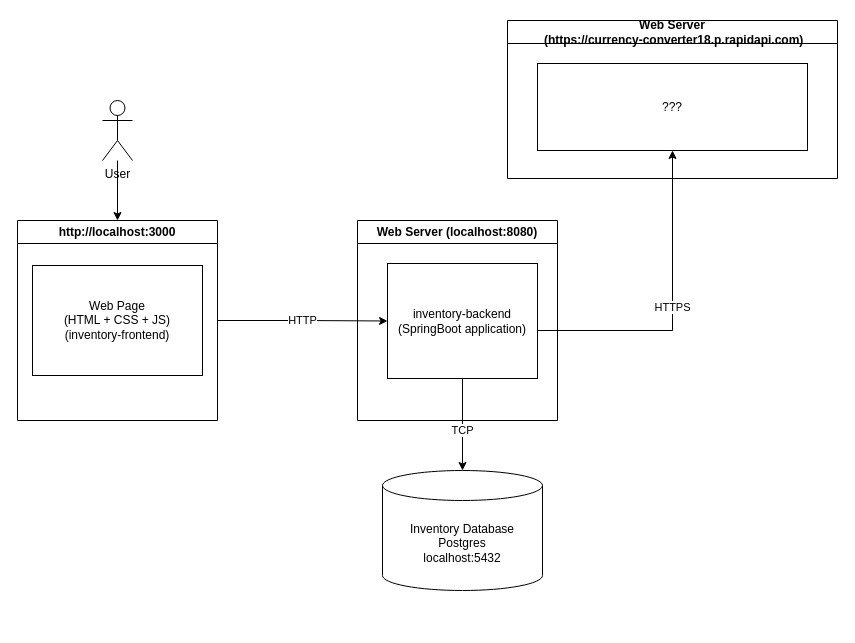
Above: Диаграмма без названия.drawio in OstapGonchar/inventory-backend (draw.io), before the change. Source tidied: cells renumbered, new cells numbered last; positions are measured from the earlier drawing's top-left corner, leaving out a move shared by most shapes. Both pictures are drawn from the tidied source at 100%, with x=0, y=0 at pixel (17, 20).
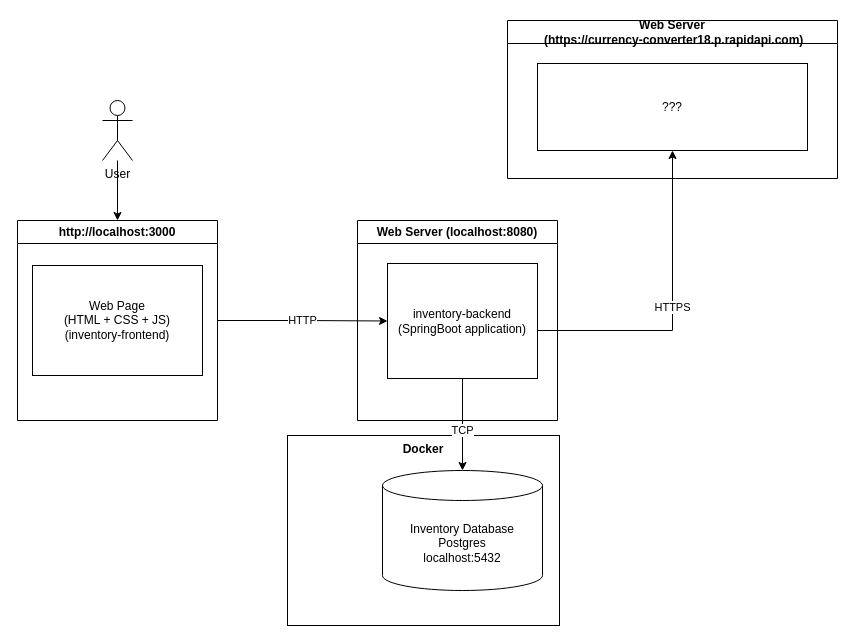
Above is the later version.

The edit, as a diff of the source:
```diff
@@
 <mxGraphModel>
   <root>
     <mxCell id="0" />
     <mxCell id="1" parent="0" />
+    <mxCell id="14" value="Docker" style="rounded=0;whiteSpace=wrap;html=1;verticalAlign=top;fontStyle=1;" parent="1" vertex="1">
+      <mxGeometry x="270" y="415" width="272" height="190" as="geometry" />
+    </mxCell>
     <mxCell id="2" value="HTTP" style="edgeStyle=orthogonalEdgeStyle;rounded=0;jettySize=auto;html=1;" parent="1" edge="1" source="3" target="8">
       <mxGeometry relative="1" as="geometry" />
     </mxCell>
     <mxCell id="3" value="http://localhost:3000" style="swimlane;whiteSpace=wrap;html=1;" parent="1" vertex="1">
       <mxGeometry y="200" width="200" height="200" as="geometry" />
     </mxCell>
     <mxCell id="4" value="Web Page&lt;br&gt;(HTML + CSS + JS)&lt;br&gt;(inventory-frontend)" style="rounded=0;whiteSpace=wrap;html=1;" parent="3" vertex="1">
       <mxGeometry x="15" y="45" width="170" height="110" as="geometry" />
     </mxCell>
     <mxCell id="5" style="edgeStyle=orthogonalEdgeStyle;rounded=0;jettySize=auto;html=1;entryX=0.5;entryY=0;entryDx=0;entryDy=0;" parent="1" edge="1" source="6" target="3">
       <mxGeometry relative="1" as="geometry" />
     </mxCell>
     <mxCell id="6" value="User" style="shape=umlActor;verticalLabelPosition=bottom;verticalAlign=top;html=1;outlineConnect=0;" parent="1" vertex="1">
       <mxGeometry x="85" y="80" width="30" height="60" as="geometry" />
     </mxCell>
     <mxCell id="7" value="Web Server (localhost:8080)" style="swimlane;whiteSpace=wrap;html=1;" parent="1" vertex="1">
       <mxGeometry x="340" y="200" width="200" height="200" as="geometry" />
     </mxCell>
     <mxCell id="8" value="inventory-backend&lt;br&gt;(SpringBoot application)" style="rounded=0;whiteSpace=wrap;html=1;" parent="7" vertex="1">
       <mxGeometry x="30" y="43" width="150" height="115" as="geometry" />
     </mxCell>
     <mxCell id="9" value="Inventory Database&lt;br&gt;Postgres&lt;br&gt;localhost:5432" style="shape=cylinder3;whiteSpace=wrap;html=1;boundedLbl=1;backgroundOutline=1;size=15;" parent="1" vertex="1">
       <mxGeometry x="365" y="450" width="160" height="120" as="geometry" />
     </mxCell>
     <mxCell id="10" value="TCP" style="edgeStyle=orthogonalEdgeStyle;rounded=0;jettySize=auto;html=1;" parent="1" edge="1" source="8" target="9">
       <mxGeometry x="0.13" relative="1" as="geometry">
         <Array as="points">
           <mxPoint x="445" y="410" />
           <mxPoint x="445" y="410" />
         </Array>
       </mxGeometry>
     </mxCell>
     <mxCell id="11" value="Web Server&lt;br&gt;&amp;nbsp;(https://currency-converter18.p.rapidapi.com&lt;span style=&quot;background-color: initial;&quot;&gt;)&lt;/span&gt;" style="swimlane;whiteSpace=wrap;html=1;" parent="1" vertex="1">
       <mxGeometry x="490" width="330" height="158" as="geometry" />
     </mxCell>
     <mxCell id="12" value="???" style="rounded=0;whiteSpace=wrap;html=1;" parent="11" vertex="1">
       <mxGeometry x="30" y="43" width="270" height="87" as="geometry" />
     </mxCell>
     <mxCell id="13" value="HTTPS" style="edgeStyle=orthogonalEdgeStyle;rounded=0;jettySize=auto;html=1;entryX=0.5;entryY=1;entryDx=0;entryDy=0;" parent="1" edge="1" source="8" target="12">
       <mxGeometry relative="1" as="geometry">
         <Array as="points">
           <mxPoint x="655" y="310" />
         </Array>
       </mxGeometry>
     </mxCell>
   </root>
 </mxGraphModel>
```
